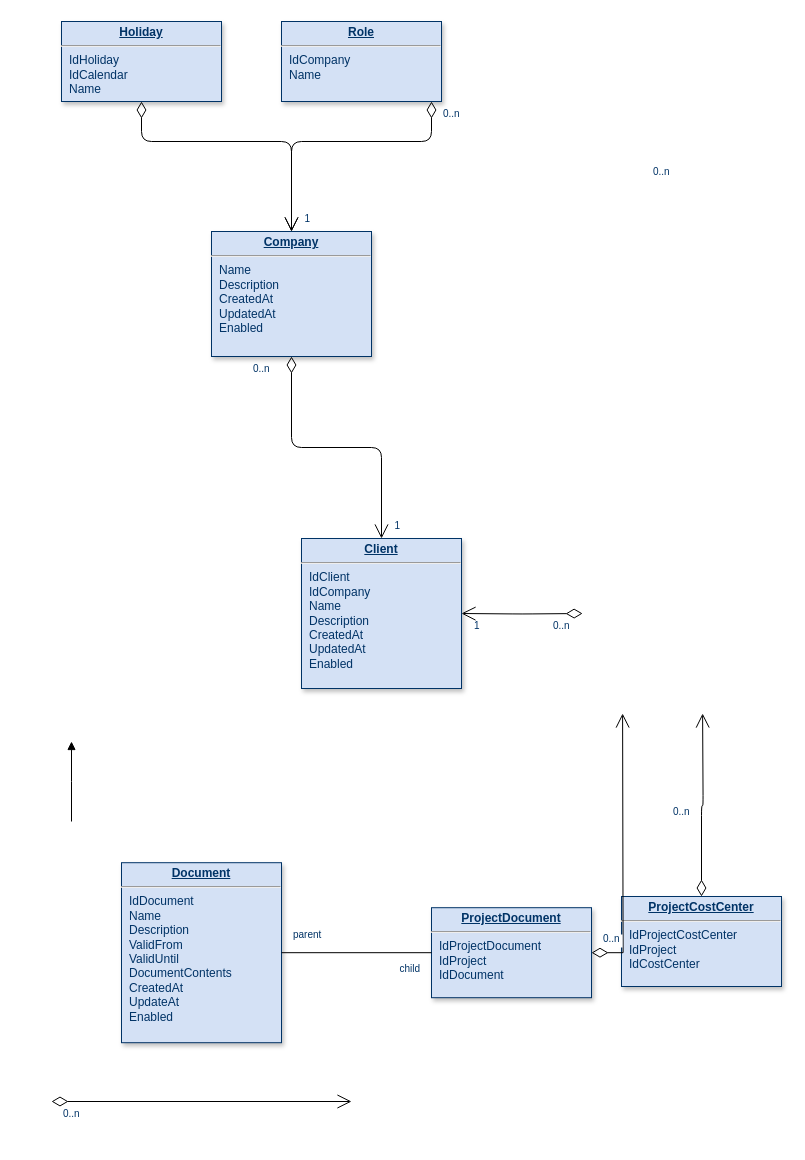
This is page "Page-1" (1 of 3) of Probe_structure.drawio from AndrewGlushchenko/Rest-APU-Py, a draw.io file, before an edit. Source tidied: cells renumbered, new cells numbered last; positions are measured from the earlier drawing's top-left corner, leaving out a move shared by most shapes. Both pictures are drawn from the tidied source at 100%, with x=0, y=0 at pixel (51, 21).
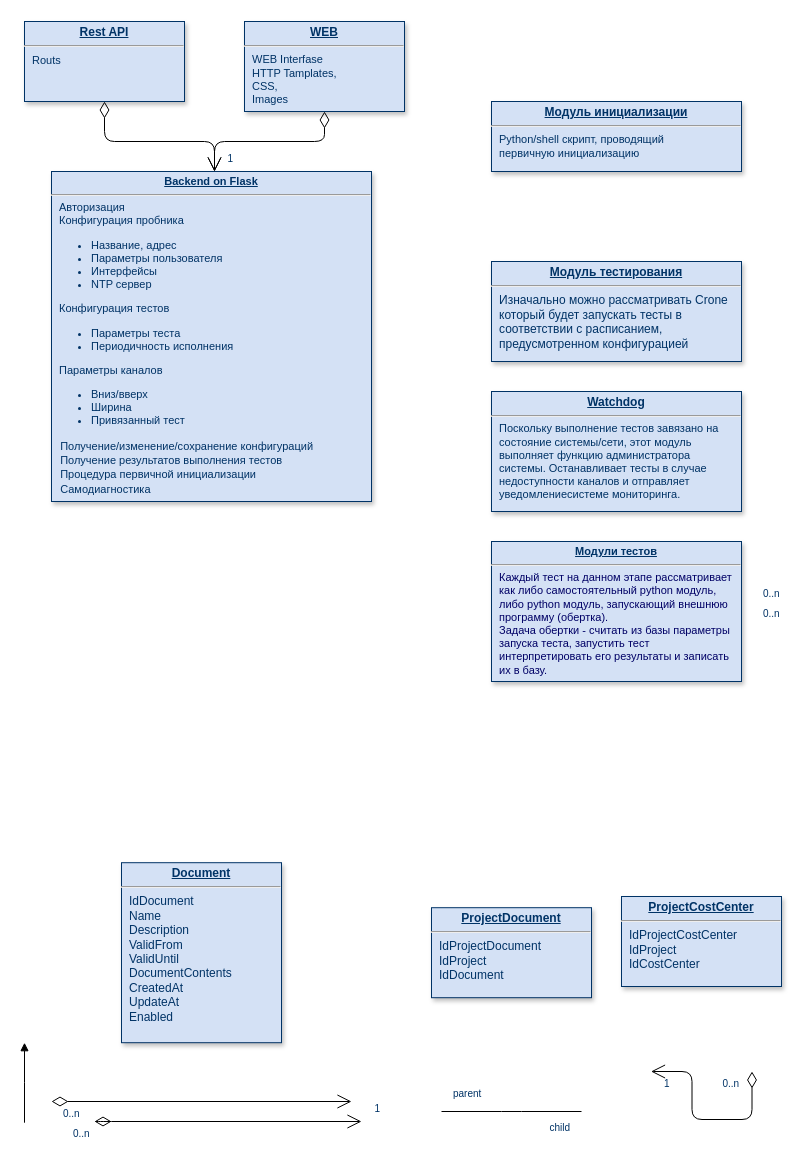
Above is the later version.

Unchanged cells that the change refers to:
```xml
<mxCell id="6" value="&lt;p style=&quot;margin: 0px; margin-top: 4px; text-align: center; text-decoration: underline;&quot;&gt;&lt;strong&gt;Document&lt;/strong&gt;&lt;/p&gt;&lt;hr /&gt;&lt;p style=&quot;margin: 0px; margin-left: 8px;&quot;&gt;IdDocument&lt;/p&gt;&lt;p style=&quot;margin: 0px; margin-left: 8px;&quot;&gt;Name&lt;/p&gt;&lt;p style=&quot;margin: 0px; margin-left: 8px;&quot;&gt;Description&lt;/p&gt;&lt;p style=&quot;margin: 0px; margin-left: 8px;&quot;&gt;ValidFrom&lt;/p&gt;&lt;p style=&quot;margin: 0px; margin-left: 8px;&quot;&gt;ValidUntil&lt;/p&gt;&lt;p style=&quot;margin: 0px; margin-left: 8px;&quot;&gt;DocumentContents&lt;/p&gt;&lt;p style=&quot;margin: 0px; margin-left: 8px;&quot;&gt;CreatedAt&lt;/p&gt;&lt;p style=&quot;margin: 0px; margin-left: 8px;&quot;&gt;UpdateAt&lt;/p&gt;&lt;p style=&quot;margin: 0px; margin-left: 8px;&quot;&gt;Enabled&lt;/p&gt;" style="verticalAlign=top;align=left;overflow=fill;fontSize=12;fontFamily=Helvetica;html=1;strokeColor=#003366;shadow=1;fillColor=#D4E1F5;fontColor=#003366;" parent="1" vertex="1">
  <mxGeometry x="70" y="841.2" width="160" height="180" as="geometry" />
</mxCell>
<mxCell id="7" value="&lt;p style=&quot;margin: 0px; margin-top: 4px; text-align: center; text-decoration: underline;&quot;&gt;&lt;strong&gt;ProjectCostCenter&lt;/strong&gt;&lt;/p&gt;&lt;hr /&gt;&lt;p style=&quot;margin: 0px; margin-left: 8px;&quot;&gt;IdProjectCostCenter&lt;/p&gt;&lt;p style=&quot;margin: 0px; margin-left: 8px;&quot;&gt;IdProject&lt;/p&gt;&lt;p style=&quot;margin: 0px; margin-left: 8px;&quot;&gt;IdCostCenter&lt;/p&gt;" style="verticalAlign=top;align=left;overflow=fill;fontSize=12;fontFamily=Helvetica;html=1;strokeColor=#003366;shadow=1;fillColor=#D4E1F5;fontColor=#003366;" parent="1" vertex="1">
  <mxGeometry x="570" y="875" width="160" height="90" as="geometry" />
</mxCell>
<mxCell id="8" value="&lt;p style=&quot;margin: 0px ; margin-top: 4px ; text-align: center ; text-decoration: underline&quot;&gt;&lt;strong&gt;ProjectDocument&lt;/strong&gt;&lt;/p&gt;&lt;hr&gt;&lt;p style=&quot;margin: 0px ; margin-left: 8px&quot;&gt;IdProjectDocument&lt;/p&gt;&lt;p style=&quot;margin: 0px ; margin-left: 8px&quot;&gt;IdProject&lt;/p&gt;&lt;p style=&quot;margin: 0px ; margin-left: 8px&quot;&gt;IdDocument&lt;/p&gt;" style="verticalAlign=top;align=left;overflow=fill;fontSize=12;fontFamily=Helvetica;html=1;strokeColor=#003366;shadow=1;fillColor=#D4E1F5;fontColor=#003366;" parent="1" vertex="1">
  <mxGeometry x="380" y="886.2" width="160" height="90" as="geometry" />
</mxCell>
```

Change to the diagram source:
```diff
@@
-    <mxCell id="2" value="&lt;p style=&quot;margin: 0px ; margin-top: 4px ; text-align: center ; text-decoration: underline&quot;&gt;&lt;strong&gt;Role&lt;/strong&gt;&lt;/p&gt;&lt;hr&gt;&lt;p style=&quot;margin: 0px ; margin-left: 8px&quot;&gt;IdCompany&lt;br&gt;Name&lt;/p&gt;&lt;p style=&quot;margin: 0px ; margin-left: 8px&quot;&gt;&lt;br&gt;&lt;/p&gt;" style="verticalAlign=top;align=left;overflow=fill;fontSize=12;fontFamily=Helvetica;html=1;strokeColor=#003366;shadow=1;fillColor=#D4E1F5;fontColor=#003366;" parent="1" vertex="1">
-      <mxGeometry x="230" width="160" height="80" as="geometry" />
+    <mxCell id="2" value="&lt;p style=&quot;margin: 0px ; margin-top: 4px ; text-align: center ; text-decoration: underline&quot;&gt;&lt;strong&gt;WEB&lt;/strong&gt;&lt;/p&gt;&lt;hr&gt;&lt;p style=&quot;margin: 0px 0px 0px 8px ; font-size: 11px&quot;&gt;&lt;font style=&quot;font-size: 11px&quot;&gt;WEB Interfase&lt;br&gt;&lt;font style=&quot;font-size: 11px&quot;&gt;HTTP Tamplates,&amp;nbsp;&lt;/font&gt;&lt;/font&gt;&lt;/p&gt;&lt;p style=&quot;margin: 0px 0px 0px 8px ; font-size: 11px&quot;&gt;&lt;font style=&quot;font-size: 11px&quot;&gt;CSS,&amp;nbsp;&lt;/font&gt;&lt;/p&gt;&lt;p style=&quot;margin: 0px 0px 0px 8px ; font-size: 11px&quot;&gt;&lt;font style=&quot;font-size: 11px&quot;&gt;Images&lt;/font&gt;&lt;/p&gt;&lt;p style=&quot;margin: 0px 0px 0px 8px ; font-size: 11px&quot;&gt;&lt;br&gt;&lt;/p&gt;" style="verticalAlign=top;align=left;overflow=fill;fontSize=12;fontFamily=Helvetica;html=1;strokeColor=#003366;shadow=1;fillColor=#D4E1F5;fontColor=#003366;" parent="1" vertex="1">
+      <mxGeometry x="193" width="160" height="90" as="geometry" />
     </mxCell>
-    <mxCell id="3" value="&lt;p style=&quot;margin: 0px; margin-top: 4px; text-align: center; text-decoration: underline;&quot;&gt;&lt;strong&gt;Company&lt;/strong&gt;&lt;/p&gt;&lt;hr /&gt;&lt;p style=&quot;margin: 0px; margin-left: 8px;&quot;&gt;Name&lt;/p&gt;&lt;p style=&quot;margin: 0px; margin-left: 8px;&quot;&gt;Description&lt;/p&gt;&lt;p style=&quot;margin: 0px; margin-left: 8px;&quot;&gt;CreatedAt&lt;/p&gt;&lt;p style=&quot;margin: 0px; margin-left: 8px;&quot;&gt;UpdatedAt&lt;/p&gt;&lt;p style=&quot;margin: 0px; margin-left: 8px;&quot;&gt;Enabled&lt;/p&gt;" style="verticalAlign=top;align=left;overflow=fill;fontSize=12;fontFamily=Helvetica;html=1;strokeColor=#003366;shadow=1;fillColor=#D4E1F5;fontColor=#003366;" parent="1" vertex="1">
-      <mxGeometry x="160" y="210" width="160" height="125" as="geometry" />
+    <mxCell id="3" value="&lt;p style=&quot;margin: 4px 0px 0px ; text-align: center ; text-decoration: underline ; font-size: 11px&quot;&gt;&lt;b&gt;&lt;font style=&quot;font-size: 11px&quot;&gt;Backend on Flask&lt;/font&gt;&lt;/b&gt;&lt;/p&gt;&lt;hr style=&quot;font-size: 11px&quot;&gt;&lt;p style=&quot;margin: 0px 0px 0px 8px ; font-size: 11px&quot;&gt;&lt;font style=&quot;font-size: 11px&quot;&gt;Авторизация&lt;/font&gt;&lt;/p&gt;&lt;p style=&quot;margin: 0px 0px 0px 8px ; font-size: 11px&quot;&gt;&lt;font style=&quot;font-size: 11px&quot;&gt;Конфигурация пробника&lt;/font&gt;&lt;/p&gt;&lt;p style=&quot;margin: 0px 0px 0px 8px ; font-size: 11px&quot;&gt;&lt;/p&gt;&lt;ul style=&quot;font-size: 11px&quot;&gt;&lt;li&gt;&lt;font style=&quot;font-size: 11px&quot;&gt;Название, адрес&lt;br&gt;&lt;/font&gt;&lt;/li&gt;&lt;li&gt;&lt;font style=&quot;font-size: 11px&quot;&gt;Параметры пользователя&lt;br&gt;&lt;/font&gt;&lt;/li&gt;&lt;li&gt;&lt;font style=&quot;font-size: 11px&quot;&gt;Интерфейсы&lt;br&gt;&lt;/font&gt;&lt;/li&gt;&lt;li&gt;&lt;font style=&quot;font-size: 11px&quot;&gt;NTP сервер&lt;br&gt;&lt;/font&gt;&lt;/li&gt;&lt;/ul&gt;&lt;p style=&quot;font-size: 11px&quot;&gt;&lt;/p&gt;&lt;p style=&quot;margin: 0px 0px 0px 8px ; font-size: 11px&quot;&gt;&lt;font style=&quot;font-size: 11px&quot;&gt;Конфигурация тестов&lt;/font&gt;&lt;/p&gt;&lt;p style=&quot;margin: 0px 0px 0px 8px ; font-size: 11px&quot;&gt;&lt;/p&gt;&lt;ul style=&quot;font-size: 11px&quot;&gt;&lt;li&gt;&lt;font style=&quot;font-size: 11px&quot;&gt;Параметры теста&lt;br&gt;&lt;/font&gt;&lt;/li&gt;&lt;li&gt;&lt;font style=&quot;font-size: 11px&quot;&gt;Периодичность исполнения&lt;/font&gt;&lt;/li&gt;&lt;/ul&gt;&lt;p style=&quot;margin: 0px 0px 0px 8px ; font-size: 11px&quot;&gt;&lt;font style=&quot;font-size: 11px&quot;&gt;Параметры каналов&lt;/font&gt;&lt;/p&gt;&lt;p style=&quot;margin: 0px 0px 0px 8px ; font-size: 11px&quot;&gt;&lt;/p&gt;&lt;ul style=&quot;font-size: 11px&quot;&gt;&lt;li&gt;&lt;font style=&quot;font-size: 11px&quot;&gt;Вниз/вверх&lt;br&gt;&lt;/font&gt;&lt;/li&gt;&lt;li&gt;&lt;font style=&quot;font-size: 11px&quot;&gt;Ширина&lt;br&gt;&lt;/font&gt;&lt;/li&gt;&lt;li&gt;&lt;font style=&quot;font-size: 11px&quot;&gt;Привязанный тест&lt;/font&gt;&lt;/li&gt;&lt;/ul&gt;&lt;font style=&quot;font-size: 11px&quot;&gt;&amp;nbsp; &amp;nbsp;Получение/изменение/сохранение конфигураций&lt;br&gt;&amp;nbsp; &amp;nbsp;Получение результатов выполнения тестов&lt;br&gt;&amp;nbsp; &amp;nbsp;Процедура первичной инициализации&lt;br&gt;&amp;nbsp; &amp;nbsp;Самодиагностика&lt;br&gt;&amp;nbsp; &amp;nbsp;&lt;br&gt;&lt;br&gt;&lt;br&gt;&lt;/font&gt;&lt;br&gt;&lt;p&gt;&lt;/p&gt;" style="verticalAlign=top;align=left;overflow=fill;fontSize=12;fontFamily=Helvetica;html=1;strokeColor=#003366;shadow=1;fillColor=#D4E1F5;fontColor=#003366;" parent="1" vertex="1">
+      <mxGeometry y="150" width="320" height="330" as="geometry" />
     </mxCell>
-    <mxCell id="4" value="&lt;p style=&quot;margin: 0px; margin-top: 4px; text-align: center; text-decoration: underline;&quot;&gt;&lt;strong&gt;Client&lt;/strong&gt;&lt;/p&gt;&lt;hr /&gt;&lt;p style=&quot;margin: 0px; margin-left: 8px;&quot;&gt;IdClient&lt;/p&gt;&lt;p style=&quot;margin: 0px; margin-left: 8px;&quot;&gt;IdCompany&lt;/p&gt;&lt;p style=&quot;margin: 0px; margin-left: 8px;&quot;&gt;Name&lt;/p&gt;&lt;p style=&quot;margin: 0px; margin-left: 8px;&quot;&gt;Description&lt;/p&gt;&lt;p style=&quot;margin: 0px; margin-left: 8px;&quot;&gt;CreatedAt&lt;/p&gt;&lt;p style=&quot;margin: 0px; margin-left: 8px;&quot;&gt;UpdatedAt&lt;/p&gt;&lt;p style=&quot;margin: 0px; margin-left: 8px;&quot;&gt;Enabled&lt;/p&gt;" style="verticalAlign=top;align=left;overflow=fill;fontSize=12;fontFamily=Helvetica;html=1;strokeColor=#003366;shadow=1;fillColor=#D4E1F5;fontColor=#003366;" parent="1" vertex="1">
-      <mxGeometry x="250" y="517" width="160" height="150" as="geometry" />
+    <mxCell id="4" value="&lt;p style=&quot;margin: 0px ; margin-top: 4px ; text-align: center ; text-decoration: underline&quot;&gt;&lt;b&gt;Модуль тестирования&lt;/b&gt;&lt;/p&gt;&lt;hr&gt;&lt;p style=&quot;margin: 0px ; margin-left: 8px&quot;&gt;Изначально можно рассматривать Crone&lt;/p&gt;&lt;p style=&quot;margin: 0px ; margin-left: 8px&quot;&gt;который будет запускать тесты в&amp;nbsp;&lt;/p&gt;&lt;p style=&quot;margin: 0px ; margin-left: 8px&quot;&gt;соответствии с расписанием,&amp;nbsp;&lt;/p&gt;&lt;p style=&quot;margin: 0px ; margin-left: 8px&quot;&gt;предусмотренном конфигурацией&lt;/p&gt;&lt;p style=&quot;margin: 0px ; margin-left: 8px&quot;&gt;&lt;br&gt;&lt;/p&gt;" style="verticalAlign=top;align=left;overflow=fill;fontSize=12;fontFamily=Helvetica;html=1;strokeColor=#003366;shadow=1;fillColor=#D4E1F5;fontColor=#003366;" parent="1" vertex="1">
+      <mxGeometry x="440" y="240" width="250" height="100" as="geometry" />
     </mxCell>
-    <mxCell id="5" value="&lt;p style=&quot;margin: 0px ; margin-top: 4px ; text-align: center ; text-decoration: underline&quot;&gt;&lt;strong&gt;Holiday&lt;/strong&gt;&lt;/p&gt;&lt;hr&gt;&lt;p style=&quot;margin: 0px ; margin-left: 8px&quot;&gt;IdHoliday&lt;/p&gt;&lt;p style=&quot;margin: 0px ; margin-left: 8px&quot;&gt;IdCalendar&lt;/p&gt;&lt;p style=&quot;margin: 0px ; margin-left: 8px&quot;&gt;Name&lt;/p&gt;&lt;p style=&quot;margin: 0px ; margin-left: 8px&quot;&gt;&lt;br&gt;&lt;/p&gt;" style="verticalAlign=top;align=left;overflow=fill;fontSize=12;fontFamily=Helvetica;html=1;strokeColor=#003366;shadow=1;fillColor=#D4E1F5;fontColor=#003366;" parent="1" vertex="1">
-      <mxGeometry x="10" width="160" height="80" as="geometry" />
+    <mxCell id="5" value="&lt;p style=&quot;margin: 0px ; margin-top: 4px ; text-align: center ; text-decoration: underline&quot;&gt;&lt;strong&gt;Rest API&lt;/strong&gt;&lt;/p&gt;&lt;hr&gt;&lt;p style=&quot;margin: 0px ; margin-left: 8px&quot;&gt;&lt;font style=&quot;font-size: 11px&quot;&gt;Routs&lt;/font&gt;&lt;/p&gt;&lt;p style=&quot;margin: 0px ; margin-left: 8px&quot;&gt;&lt;br&gt;&lt;/p&gt;" style="verticalAlign=top;align=left;overflow=fill;fontSize=12;fontFamily=Helvetica;html=1;strokeColor=#003366;shadow=1;fillColor=#D4E1F5;fontColor=#003366;" parent="1" vertex="1">
+      <mxGeometry x="-27" width="160" height="80" as="geometry" />
     </mxCell>
@@
-    <mxCell id="9" style="endArrow=open;endSize=12;startArrow=diamondThin;startSize=14;startFill=0;edgeStyle=orthogonalEdgeStyle;" parent="1" edge="1" source="2" target="3">
-      <mxGeometry y="160" as="geometry">
+    <mxCell id="9" style="endArrow=open;endSize=12;startArrow=diamondThin;startSize=14;startFill=0;edgeStyle=orthogonalEdgeStyle;exitX=0.5;exitY=1;exitDx=0;exitDy=0;" parent="1" edge="1" source="2" target="3">
+      <mxGeometry x="-37" y="160" as="geometry">
         <Array as="points">
-          <mxPoint x="380" y="120" />
-          <mxPoint x="240" y="120" />
+          <mxPoint x="273" y="120" />
+          <mxPoint x="163" y="120" />
         </Array>
       </mxGeometry>
     </mxCell>
     <mxCell id="10" value="0..n" style="align=left;verticalAlign=top;labelBackgroundColor=#ffffff;fontSize=10;strokeColor=#003366;shadow=1;fillColor=#D4E1F5;fontColor=#003366;" parent="9" vertex="1">
       <mxGeometry x="-1" relative="1" as="geometry">
-        <mxPoint x="10" as="offset" />
+        <mxPoint x="437" y="470" as="offset" />
       </mxGeometry>
     </mxCell>
-    <mxCell id="11" style="endArrow=open;endSize=12;startArrow=diamondThin;startSize=14;startFill=0;edgeStyle=orthogonalEdgeStyle;entryX=0.75;entryY=1;" parent="1" edge="1" source="7">
-      <mxGeometry x="479.4" y="790" as="geometry">
-        <mxPoint x="651.1" y="692" as="targetPoint" />
-      </mxGeometry>
-    </mxCell>
-    <mxCell id="12" value="0..n" style="align=left;verticalAlign=top;labelBackgroundColor=#ffffff;fontSize=10;strokeColor=#003366;shadow=1;fillColor=#D4E1F5;fontColor=#003366;" parent="11" vertex="1">
-      <mxGeometry x="-1" relative="1" as="geometry">
-        <mxPoint x="-30" y="-97.5" as="offset" />
-      </mxGeometry>
-    </mxCell>
@@
-    <mxCell id="15" style="endArrow=open;endSize=12;startArrow=diamondThin;startSize=14;startFill=0;edgeStyle=orthogonalEdgeStyle;entryX=0.25;entryY=1;rounded=0;" parent="1" edge="1" source="8">
-      <mxGeometry x="419.4" y="820" as="geometry">
-        <mxPoint x="571.1" y="692" as="targetPoint" />
-      </mxGeometry>
-    </mxCell>
-    <mxCell id="16" value="0..n" style="align=left;verticalAlign=top;labelBackgroundColor=#ffffff;fontSize=10;strokeColor=#003366;shadow=1;fillColor=#D4E1F5;fontColor=#003366;" parent="15" vertex="1">
-      <mxGeometry x="-1" relative="1" as="geometry">
-        <mxPoint x="10" y="-26.2" as="offset" />
-      </mxGeometry>
-    </mxCell>
-    <mxCell id="17" style="endArrow=open;endSize=12;startArrow=diamondThin;startSize=14;startFill=0;edgeStyle=orthogonalEdgeStyle;" parent="1" edge="1" source="3" target="4">
-      <mxGeometry x="519.4" y="200" as="geometry" />
+    <mxCell id="17" style="endArrow=open;endSize=12;startArrow=diamondThin;startSize=14;startFill=0;edgeStyle=orthogonalEdgeStyle;" parent="1" edge="1">
+      <mxGeometry x="499.4" y="540" as="geometry">
+        <mxPoint x="60" y="1100" as="sourcePoint" />
+        <mxPoint x="310" y="1100" as="targetPoint" />
+        <Array as="points">
+          <mxPoint x="50" y="1100" />
+          <mxPoint x="310" y="1100" />
+        </Array>
+      </mxGeometry>
     </mxCell>
@@
-    <mxCell id="20" style="endArrow=open;endSize=12;startArrow=diamondThin;startSize=14;startFill=0;edgeStyle=orthogonalEdgeStyle;entryX=0.5;entryY=0;entryDx=0;entryDy=0;" parent="1" edge="1" source="5" target="3">
-      <mxGeometry x="620" y="340" as="geometry">
+    <mxCell id="20" style="endArrow=open;endSize=12;startArrow=diamondThin;startSize=14;startFill=0;edgeStyle=orthogonalEdgeStyle;" parent="1" edge="1" source="5" target="3">
+      <mxGeometry x="583" y="340" as="geometry">
         <Array as="points">
-          <mxPoint x="90" y="120" />
-          <mxPoint x="240" y="120" />
+          <mxPoint x="53" y="120" />
+          <mxPoint x="163" y="120" />
         </Array>
       </mxGeometry>
     </mxCell>
     <mxCell id="21" value="0..n" style="align=left;verticalAlign=top;labelBackgroundColor=#ffffff;fontSize=10;strokeColor=#003366;shadow=1;fillColor=#D4E1F5;fontColor=#003366;" parent="20" vertex="1">
       <mxGeometry x="-1" relative="1" as="geometry">
-        <mxPoint x="510" y="58.4" as="offset" />
+        <mxPoint x="657" y="500" as="offset" />
       </mxGeometry>
     </mxCell>
@@
-    <mxCell id="23" style="endArrow=open;endSize=12;startArrow=diamondThin;startSize=14;startFill=0;edgeStyle=orthogonalEdgeStyle;" parent="1" edge="1" target="4">
-      <mxGeometry x="369.4" y="360" as="geometry">
-        <mxPoint x="531.1" y="592" as="sourcePoint" />
+    <mxCell id="23" style="endArrow=open;endSize=12;startArrow=diamondThin;startSize=14;startFill=0;edgeStyle=orthogonalEdgeStyle;" parent="1" edge="1">
+      <mxGeometry x="538.8" y="818" as="geometry">
+        <mxPoint x="700.5" y="1050" as="sourcePoint" />
+        <mxPoint x="599.5" y="1050" as="targetPoint" />
+        <Array as="points">
+          <mxPoint x="700.5" y="1098" />
+          <mxPoint x="640.5" y="1098" />
+          <mxPoint x="640.5" y="1050" />
+        </Array>
       </mxGeometry>
     </mxCell>
@@
-    <mxCell id="26" style="endArrow=none;edgeStyle=orthogonalEdgeStyle;" parent="1" edge="1" source="6" target="8">
-      <mxGeometry x="190" y="950" as="geometry" />
+    <mxCell id="26" style="endArrow=none;edgeStyle=orthogonalEdgeStyle;" parent="1" edge="1">
+      <mxGeometry x="330" y="1109" as="geometry">
+        <mxPoint x="390" y="1090" as="sourcePoint" />
+        <mxPoint x="530" y="1090" as="targetPoint" />
+        <Array as="points">
+          <mxPoint x="460" y="1090" />
+          <mxPoint x="460" y="1090" />
+        </Array>
+      </mxGeometry>
     </mxCell>
@@
     <mxCell id="29" style="endArrow=block;endFill=1;edgeStyle=orthogonalEdgeStyle;align=left;verticalAlign=top;rounded=0;" parent="1" edge="1">
       <mxGeometry x="-1" relative="1" as="geometry">
-        <mxPoint x="20" y="800" as="sourcePoint" />
-        <mxPoint x="20" y="720" as="targetPoint" />
+        <mxPoint x="-27" y="1101.2" as="sourcePoint" />
+        <mxPoint x="-27" y="1021.2" as="targetPoint" />
         <Array as="points">
-          <mxPoint x="20" y="760" />
-          <mxPoint x="20" y="760" />
+          <mxPoint x="-27" y="1061.2" />
+          <mxPoint x="-27" y="1061.2" />
         </Array>
       </mxGeometry>
     </mxCell>
+    <mxCell id="30" value="&lt;p style=&quot;margin: 0px ; margin-top: 4px ; text-align: center ; text-decoration: underline&quot;&gt;&lt;b&gt;Модуль инициализации&lt;/b&gt;&lt;/p&gt;&lt;hr&gt;&lt;p style=&quot;margin: 0px 0px 0px 8px ; font-size: 11px&quot;&gt;&lt;font style=&quot;font-size: 11px&quot;&gt;Python/shell скрипт, проводящий&amp;nbsp;&lt;/font&gt;&lt;/p&gt;&lt;p style=&quot;margin: 0px 0px 0px 8px ; font-size: 11px&quot;&gt;&lt;font style=&quot;font-size: 11px&quot;&gt;первичную инициализацию&lt;/font&gt;&lt;/p&gt;&lt;p style=&quot;margin: 0px ; margin-left: 8px&quot;&gt;&lt;br&gt;&lt;/p&gt;" style="verticalAlign=top;align=left;overflow=fill;fontSize=12;fontFamily=Helvetica;html=1;strokeColor=#003366;shadow=1;fillColor=#D4E1F5;fontColor=#003366;" parent="1" vertex="1">
+      <mxGeometry x="440" y="80" width="250" height="70" as="geometry" />
+    </mxCell>
+    <mxCell id="31" value="&lt;p style=&quot;margin: 0px ; margin-top: 4px ; text-align: center ; text-decoration: underline&quot;&gt;&lt;b&gt;Watchdog&lt;/b&gt;&lt;/p&gt;&lt;hr style=&quot;font-size: 11px&quot;&gt;&lt;p style=&quot;margin: 0px 0px 0px 8px ; font-size: 11px&quot;&gt;Поскольку выполнение тестов завязано на&amp;nbsp;&lt;/p&gt;&lt;p style=&quot;margin: 0px 0px 0px 8px ; font-size: 11px&quot;&gt;состояние системы/сети, этот модуль&amp;nbsp;&lt;/p&gt;&lt;p style=&quot;margin: 0px 0px 0px 8px ; font-size: 11px&quot;&gt;выполняет функцию администратора&amp;nbsp;&lt;/p&gt;&lt;p style=&quot;margin: 0px 0px 0px 8px ; font-size: 11px&quot;&gt;системы. Останавливает тесты в случае&amp;nbsp;&lt;/p&gt;&lt;p style=&quot;margin: 0px 0px 0px 8px ; font-size: 11px&quot;&gt;недоступности каналов и отправляет&amp;nbsp;&lt;/p&gt;&lt;p style=&quot;margin: 0px 0px 0px 8px ; font-size: 11px&quot;&gt;уведомлениесистеме мониторинга. &amp;nbsp;&lt;/p&gt;" style="verticalAlign=top;align=left;overflow=fill;fontSize=12;fontFamily=Helvetica;html=1;strokeColor=#003366;shadow=1;fillColor=#D4E1F5;fontColor=#003366;" parent="1" vertex="1">
+      <mxGeometry x="440" y="370" width="250" height="120" as="geometry" />
+    </mxCell>
+    <mxCell id="32" value="&lt;p style=&quot;margin: 4px 0px 0px ; text-align: center ; font-size: 11px&quot;&gt;&lt;b style=&quot;text-decoration: underline&quot;&gt;&lt;font style=&quot;font-size: 11px&quot;&gt;Модули тестов&lt;/font&gt;&lt;/b&gt;&lt;/p&gt;&lt;hr style=&quot;font-size: 11px&quot;&gt;&lt;p style=&quot;margin: 0px 0px 0px 8px ; font-size: 11px&quot;&gt;&lt;font style=&quot;font-size: 11px&quot; color=&quot;#000066&quot;&gt;Каждый тест на данном этапе рассматривает&lt;/font&gt;&lt;/p&gt;&lt;p style=&quot;margin: 0px 0px 0px 8px ; font-size: 11px&quot;&gt;&lt;font style=&quot;font-size: 11px&quot; color=&quot;#000066&quot;&gt;как либо самостоятельный python модуль,&amp;nbsp;&lt;/font&gt;&lt;/p&gt;&lt;p style=&quot;margin: 0px 0px 0px 8px ; font-size: 11px&quot;&gt;&lt;font style=&quot;font-size: 11px&quot; color=&quot;#000066&quot;&gt;либо&amp;nbsp;python модуль,&amp;nbsp;запускающий внешнюю&amp;nbsp;&lt;/font&gt;&lt;/p&gt;&lt;p style=&quot;margin: 0px 0px 0px 8px ; font-size: 11px&quot;&gt;&lt;font style=&quot;font-size: 11px&quot; color=&quot;#000066&quot;&gt;программу (обертка).&amp;nbsp;&lt;/font&gt;&lt;/p&gt;&lt;p style=&quot;margin: 0px 0px 0px 8px ; font-size: 11px&quot;&gt;&lt;font style=&quot;font-size: 11px&quot; color=&quot;#000066&quot;&gt;Задача обертки - считать из базы параметры&amp;nbsp;&lt;/font&gt;&lt;/p&gt;&lt;p style=&quot;margin: 0px 0px 0px 8px ; font-size: 11px&quot;&gt;&lt;font style=&quot;font-size: 11px&quot; color=&quot;#000066&quot;&gt;запуска теста,&amp;nbsp;запустить тест&amp;nbsp;&lt;/font&gt;&lt;/p&gt;&lt;p style=&quot;margin: 0px 0px 0px 8px ; font-size: 11px&quot;&gt;&lt;font style=&quot;font-size: 11px&quot; color=&quot;#000066&quot;&gt;интерпретировать его результаты и записать&amp;nbsp;&lt;/font&gt;&lt;/p&gt;&lt;p style=&quot;margin: 0px 0px 0px 8px ; font-size: 11px&quot;&gt;&lt;font style=&quot;font-size: 11px&quot; color=&quot;#000066&quot;&gt;их в базу.&lt;/font&gt;&lt;br&gt;&lt;/p&gt;" style="verticalAlign=top;align=left;overflow=fill;fontSize=12;fontFamily=Helvetica;html=1;strokeColor=#003366;shadow=1;fillColor=#D4E1F5;fontColor=#003366;" parent="1" vertex="1">
+      <mxGeometry x="440" y="520" width="250" height="140" as="geometry" />
+    </mxCell>
```
